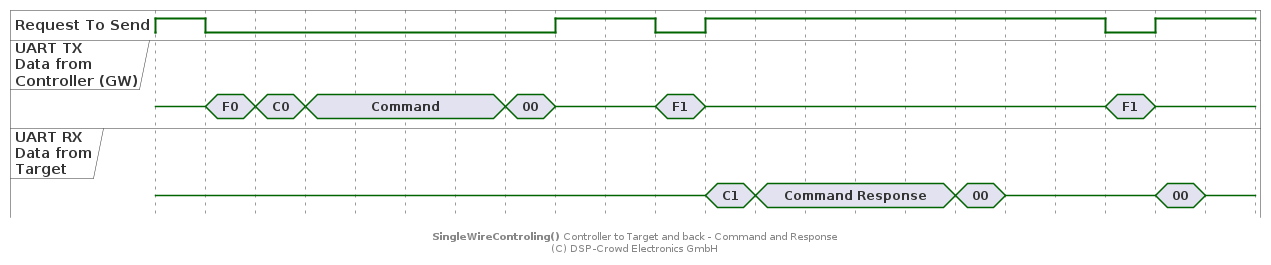
Before: doc/system/protocol/B1_swt-ctrl-to-target_cmd_cmd-resp.png, a diagram exported from PlantUML (NoOrientationProgramming/code-orb). The source it was exported from:
```plantuml
@startuml

hide time-axis

binary "Request To Send" as rts
concise "UART TX\nData from\nController (GW)" as ctrl
concise "UART RX\nData from\nTarget" as tar

@0
rts is 1
ctrl is {-}
tar is {-}

@+20
rts is 0
ctrl is "F0"

@+20
ctrl is "C0"

@+20
ctrl is "Command"

@+80
ctrl is "00"

@+20
rts is 1
ctrl is {-}

@+40
rts is 0
ctrl is "F1"

@+20
rts is 1
ctrl is {-}
tar is "C1"

@+20
tar is "Command Response"

@+80
tar is "00"

@+20
tar is {-}

@+40
rts is 0
ctrl is "F1"

@+20
rts is 1
ctrl is {-}
tar is "00"

@+20
tar is {-}

footer **SingleWireControling()** Controller to Target and back - Command and Response\n(C) DSP-Crowd Electronics GmbH

@enduml
```
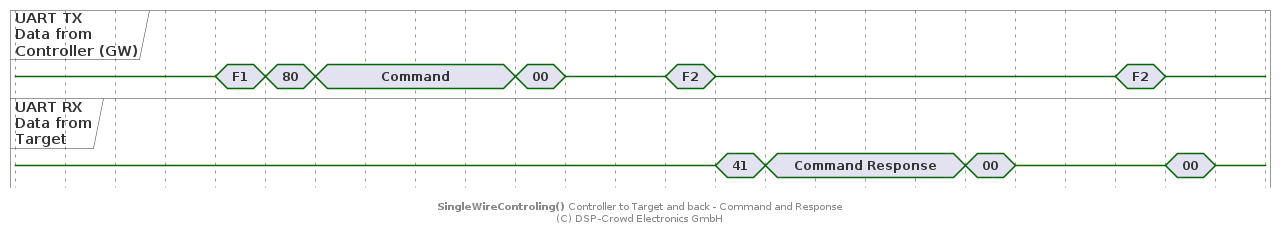
After the commit.

Change to the diagram source:
```diff
@@ -2,21 +2,22 @@
 
 hide time-axis
 
-binary "Request To Send" as rts
 concise "UART TX\nData from\nController (GW)" as ctrl
 concise "UART RX\nData from\nTarget" as tar
 
 @0
-rts is 1
+ctrl is {-}
+tar is {-}
+
+@+60
 ctrl is {-}
 tar is {-}
 
 @+20
-rts is 0
-ctrl is "F0"
+ctrl is "F1"
 
 @+20
-ctrl is "C0"
+ctrl is "80"
 
 @+20
 ctrl is "Command"
@@ -25,17 +26,14 @@
 ctrl is "00"
 
 @+20
-rts is 1
 ctrl is {-}
 
 @+40
-rts is 0
-ctrl is "F1"
+ctrl is "F2"
 
 @+20
-rts is 1
 ctrl is {-}
-tar is "C1"
+tar is "41"
 
 @+20
 tar is "Command Response"
@@ -47,11 +45,9 @@
 tar is {-}
 
 @+40
-rts is 0
-ctrl is "F1"
+ctrl is "F2"
 
 @+20
-rts is 1
 ctrl is {-}
 tar is "00"
 
```
